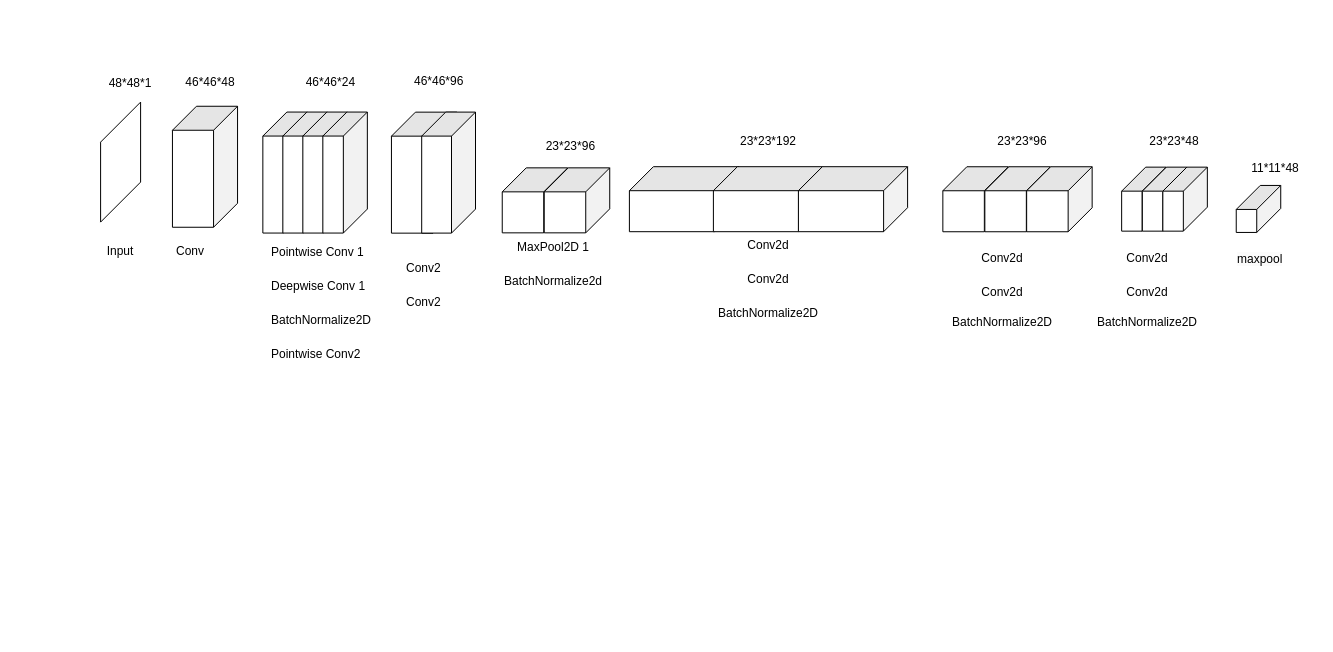
Earlier version of the draw.io diagram facts tha3o.drawio (BienGudBoy/draws). Source tidied: cells renumbered, new cells numbered last; positions are measured from the earlier drawing's top-left corner, leaving out a move shared by most shapes. Both pictures are drawn from the tidied source at 100%, with x=0, y=0 at pixel (90, 17).
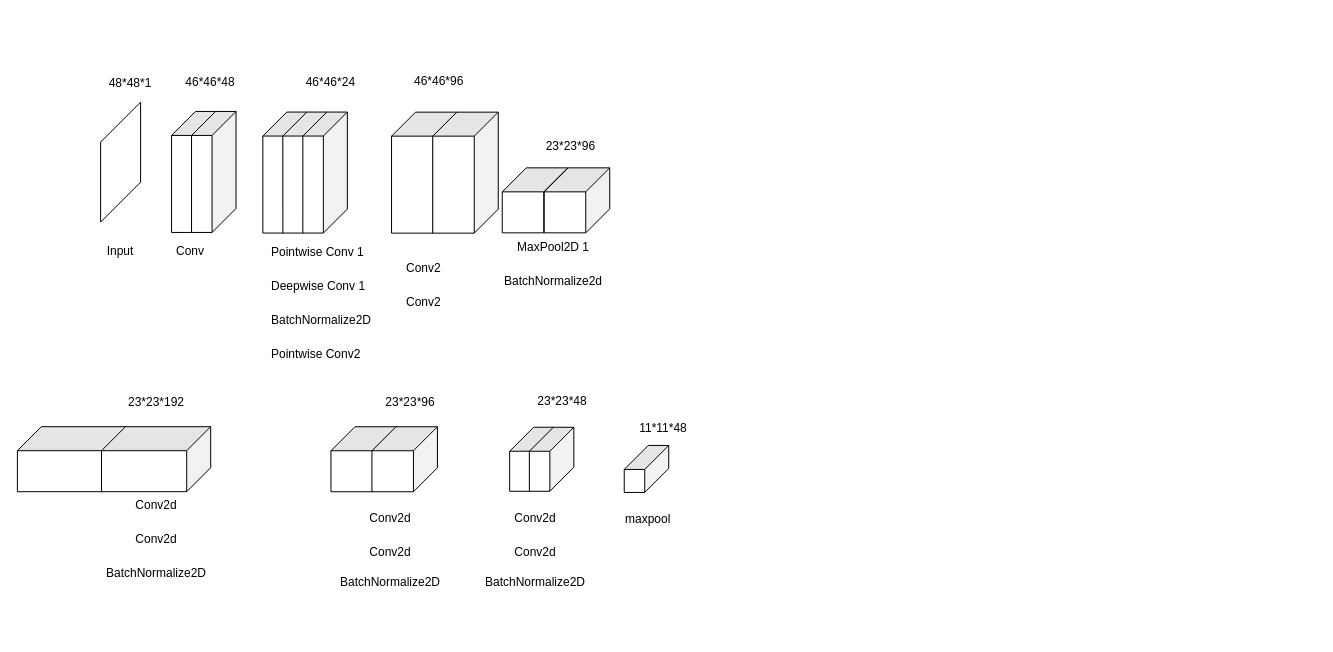
The same diagram, later.

The change refers to these unchanged cells:
```xml
<mxCell id="31" style="group;" parent="27" vertex="1">
  <mxGeometry x="40" width="64.5" height="121" as="geometry" />
</mxCell>
```

The edit, as a diff of the source:
```diff
@@
-    <mxCell id="13" value="&lt;p class=&quot;cvGsUA direction-ltr align-center para-style-body&quot; style=&quot;color: rgb(0, 0, 0); font-family: &amp;quot;YAFdJllHsUM 0&amp;quot;, _fb_, auto; --fontSize: 16px; --lineHeight: 1.4; text-transform: none; line-height: 22px;&quot;&gt;&lt;span style=&quot;background-color: initial;&quot;&gt;23*23*192&lt;/span&gt;&lt;br&gt;&lt;/p&gt;" style="text;whiteSpace=wrap;html=1;align=center;" parent="1" vertex="1">
-      <mxGeometry x="633" y="94" width="90" height="57" as="geometry" />
+    <mxCell id="13" value="&lt;p class=&quot;cvGsUA direction-ltr align-center para-style-body&quot; style=&quot;color: rgb(0, 0, 0); font-family: &amp;quot;YAFdJllHsUM 0&amp;quot;, _fb_, auto; --fontSize: 16px; --lineHeight: 1.4; text-transform: none; line-height: 22px;&quot;&gt;&lt;br&gt;&lt;/p&gt;&lt;p class=&quot;cvGsUA direction-ltr align-center para-style-body&quot; style=&quot;color: rgb(0, 0, 0); font-family: &amp;quot;YAFdJllHsUM 0&amp;quot;, _fb_, auto; --fontSize: 16px; --lineHeight: 1.4; text-transform: none; line-height: 22px;&quot;&gt;&lt;span class=&quot;OYPEnA text-decoration-none text-strikethrough-none&quot; style=&quot;color: rgb(0, 0, 0); font-weight: 400; font-style: normal;&quot;&gt;23*23*192&lt;/span&gt;&lt;/p&gt;" style="text;whiteSpace=wrap;html=1;align=center;" parent="1" vertex="1">
+      <mxGeometry x="21" y="321" width="90" height="100" as="geometry" />
     </mxCell>
-    <mxCell id="14" value="&lt;p class=&quot;cvGsUA direction-ltr align-center para-style-body&quot; style=&quot;color: rgb(0, 0, 0); font-family: &amp;quot;YAFdJllHsUM 0&amp;quot;, _fb_, auto; --fontSize: 16px; --lineHeight: 1.4; text-transform: none; line-height: 22px;&quot;&gt;&lt;span style=&quot;background-color: initial;&quot;&gt;23*23*96&lt;/span&gt;&lt;br&gt;&lt;/p&gt;" style="text;whiteSpace=wrap;html=1;align=center;" parent="1" vertex="1">
-      <mxGeometry x="892.2" y="94" width="80" height="60" as="geometry" />
+    <mxCell id="14" value="&lt;p class=&quot;cvGsUA direction-ltr align-center para-style-body&quot; style=&quot;color: rgb(0, 0, 0); font-family: &amp;quot;YAFdJllHsUM 0&amp;quot;, _fb_, auto; --fontSize: 16px; --lineHeight: 1.4; text-transform: none; line-height: 22px;&quot;&gt;&lt;br&gt;&lt;/p&gt;&lt;p class=&quot;cvGsUA direction-ltr align-center para-style-body&quot; style=&quot;color: rgb(0, 0, 0); font-family: &amp;quot;YAFdJllHsUM 0&amp;quot;, _fb_, auto; --fontSize: 16px; --lineHeight: 1.4; text-transform: none; line-height: 22px;&quot;&gt;&lt;span class=&quot;OYPEnA text-decoration-none text-strikethrough-none&quot; style=&quot;color: rgb(0, 0, 0); font-weight: 400; font-style: normal;&quot;&gt;23*23*96&lt;/span&gt;&lt;/p&gt;" style="text;whiteSpace=wrap;html=1;align=center;" parent="1" vertex="1">
+      <mxGeometry x="280" y="321" width="80" height="100" as="geometry" />
     </mxCell>
     <mxCell id="15" value="&lt;p class=&quot;cvGsUA direction-ltr align-center para-style-body&quot; style=&quot;color: rgb(0, 0, 0); font-family: &amp;quot;YAFdJllHsUM 0&amp;quot;, _fb_, auto; --fontSize: 16px; --lineHeight: 1.4; text-transform: none; line-height: 22px;&quot;&gt;&lt;span style=&quot;background-color: initial;&quot;&gt;23*23*48&lt;/span&gt;&lt;br&gt;&lt;/p&gt;" style="text;whiteSpace=wrap;html=1;align=center;" parent="1" vertex="1">
-      <mxGeometry x="1044" y="94" width="80" height="40" as="geometry" />
+      <mxGeometry x="432" y="354" width="80" height="40" as="geometry" />
     </mxCell>
     <mxCell id="16" value="&lt;p class=&quot;cvGsUA direction-ltr align-center para-style-body&quot; style=&quot;color: rgb(0, 0, 0); font-family: &amp;quot;YAFdJllHsUM 0&amp;quot;, _fb_, auto; --fontSize: 16px; --lineHeight: 1.4; text-transform: none; line-height: 22px;&quot;&gt;&lt;span style=&quot;background-color: initial;&quot;&gt;11*11*48&lt;/span&gt;&lt;br&gt;&lt;/p&gt;" style="text;whiteSpace=wrap;html=1;align=center;" parent="1" vertex="1">
-      <mxGeometry x="1144.5" y="121" width="80" height="40" as="geometry" />
+      <mxGeometry x="532.5" y="381" width="80" height="40" as="geometry" />
     </mxCell>
-    <mxCell id="17" value="&lt;p class=&quot;cvGsUA direction-ltr align-center para-style-body&quot; style=&quot;color: rgb(0, 0, 0); font-family: &amp;quot;YAFdJllHsUM 0&amp;quot;, _fb_, auto; --fontSize: 16px; --lineHeight: 1.4; text-transform: none; line-height: 22px;&quot;&gt;&lt;span class=&quot;OYPEnA text-decoration-none text-strikethrough-none&quot; style=&quot;color: rgb(0, 0, 0); font-weight: 400; font-style: normal;&quot;&gt;Pointwise Conv 1&lt;/span&gt;&lt;span class=&quot;OYPEnA text-decoration-none text-strikethrough-none white-space-prewrap&quot; style=&quot;color: rgb(0, 0, 0); font-weight: 400; font-style: normal;&quot;&gt; &lt;/span&gt;&lt;/p&gt;&lt;p class=&quot;cvGsUA direction-ltr align-center para-style-body&quot; style=&quot;color: rgb(0, 0, 0); font-family: &amp;quot;YAFdJllHsUM 0&amp;quot;, _fb_, auto; --fontSize: 16px; --lineHeight: 1.4; text-transform: none; line-height: 22px;&quot;&gt;&lt;span style=&quot;background-color: initial;&quot;&gt;Deepwise Conv 1&lt;/span&gt;&lt;/p&gt;&lt;p style=&quot;font-family: &amp;quot;YAFdJllHsUM 0&amp;quot;, _fb_, auto; --fontSize: 16px; --lineHeight: 1.4; line-height: 22px;&quot; class=&quot;cvGsUA direction-ltr align-center para-style-body&quot;&gt;&lt;span class=&quot;OYPEnA text-decoration-none text-strikethrough-none white-space-prewrap&quot;&gt;&lt;/span&gt;&lt;/p&gt;&lt;p style=&quot;font-family: &amp;quot;YAFdJllHsUM 0&amp;quot;, _fb_, auto; --fontSize: 16px; --lineHeight: 1.4; line-height: 22px;&quot; class=&quot;cvGsUA direction-ltr align-center para-style-body&quot;&gt;&lt;span class=&quot;OYPEnA text-decoration-none text-strikethrough-none&quot;&gt;BatchNormalize2D&lt;/span&gt;&lt;/p&gt;&lt;p style=&quot;font-family: &amp;quot;YAFdJllHsUM 0&amp;quot;, _fb_, auto; --fontSize: 16px; --lineHeight: 1.4; line-height: 22px;&quot; class=&quot;cvGsUA direction-ltr align-center para-style-body&quot;&gt;&lt;span style=&quot;text-align: center; background-color: initial;&quot;&gt;Pointwise Conv2&lt;/span&gt;&lt;/p&gt;" style="text;whiteSpace=wrap;html=1;" parent="1" vertex="1">
+    <mxCell id="17" value="&lt;p class=&quot;cvGsUA direction-ltr align-center para-style-body&quot; style=&quot;color: rgb(0, 0, 0); font-family: &amp;quot;YAFdJllHsUM 0&amp;quot;, _fb_, auto; --fontSize: 16px; --lineHeight: 1.4; text-transform: none; line-height: 22px; --darkreader-inline-color: #e8e6e3;&quot;&gt;&lt;span class=&quot;OYPEnA text-decoration-none text-strikethrough-none&quot; style=&quot;color: rgb(0, 0, 0); font-weight: 400; font-style: normal; --darkreader-inline-color: #e8e6e3;&quot;&gt;Pointwise Conv 1&lt;/span&gt;&lt;span class=&quot;OYPEnA text-decoration-none text-strikethrough-none white-space-prewrap&quot; style=&quot;color: rgb(0, 0, 0); font-weight: 400; font-style: normal; --darkreader-inline-color: #e8e6e3;&quot;&gt; &lt;/span&gt;&lt;/p&gt;&lt;p class=&quot;cvGsUA direction-ltr align-center para-style-body&quot; style=&quot;color: rgb(0, 0, 0); font-family: &amp;quot;YAFdJllHsUM 0&amp;quot;, _fb_, auto; --fontSize: 16px; --lineHeight: 1.4; text-transform: none; line-height: 22px; --darkreader-inline-color: #e8e6e3;&quot;&gt;&lt;span style=&quot;background-color: initial; --darkreader-inline-bgcolor: initial;&quot;&gt;Deepwise Conv 1&lt;/span&gt;&lt;/p&gt;&lt;p style=&quot;font-family: &amp;quot;YAFdJllHsUM 0&amp;quot;, _fb_, auto; --fontSize: 16px; --lineHeight: 1.4; line-height: 22px;&quot; class=&quot;cvGsUA direction-ltr align-center para-style-body&quot;&gt;&lt;span class=&quot;OYPEnA text-decoration-none text-strikethrough-none white-space-prewrap&quot;&gt;&lt;/span&gt;&lt;/p&gt;&lt;p style=&quot;font-family: &amp;quot;YAFdJllHsUM 0&amp;quot;, _fb_, auto; --fontSize: 16px; --lineHeight: 1.4; line-height: 22px;&quot; class=&quot;cvGsUA direction-ltr align-center para-style-body&quot;&gt;&lt;span class=&quot;OYPEnA text-decoration-none text-strikethrough-none&quot;&gt;BatchNormalize2D&lt;/span&gt;&lt;/p&gt;&lt;p style=&quot;font-family: &amp;quot;YAFdJllHsUM 0&amp;quot;, _fb_, auto; --fontSize: 16px; --lineHeight: 1.4; line-height: 22px;&quot; class=&quot;cvGsUA direction-ltr align-center para-style-body&quot;&gt;&lt;span style=&quot;text-align: center; background-color: initial; --darkreader-inline-bgcolor: initial;&quot;&gt;Pointwise Conv2&lt;/span&gt;&lt;/p&gt;" style="text;whiteSpace=wrap;html=1;" parent="1" vertex="1">
       <mxGeometry x="179.1" y="204.6" width="91" height="149.4" as="geometry" />
     </mxCell>
@@
     <mxCell id="22" value="&lt;p class=&quot;cvGsUA direction-ltr align-center para-style-body&quot; style=&quot;color: rgb(0, 0, 0); font-family: &amp;quot;YAFdJllHsUM 0&amp;quot;, _fb_, auto; --fontSize: 16px; --lineHeight: 1.4; text-transform: none; line-height: 22px;&quot;&gt;&lt;span class=&quot;OYPEnA text-decoration-none text-strikethrough-none&quot; style=&quot;color: rgb(0, 0, 0); font-weight: 400; font-style: normal;&quot;&gt;Conv2d&lt;/span&gt;&lt;/p&gt;&lt;p style=&quot;font-family: &amp;quot;YAFdJllHsUM 0&amp;quot;, _fb_, auto; --fontSize: 16px; --lineHeight: 1.4; line-height: 22px;&quot; class=&quot;cvGsUA direction-ltr align-center para-style-body&quot;&gt;&lt;span class=&quot;OYPEnA text-decoration-none text-strikethrough-none&quot;&gt;Conv2d&lt;/span&gt;&lt;/p&gt;&lt;div&gt;&lt;span class=&quot;OYPEnA text-decoration-none text-strikethrough-none&quot;&gt;&lt;p style=&quot;font-family: &amp;quot;YAFdJllHsUM 0&amp;quot;, _fb_, auto; --fontSize: 16px; --lineHeight: 1.4; line-height: 22px;&quot; class=&quot;cvGsUA direction-ltr align-center para-style-body&quot;&gt;&lt;span class=&quot;OYPEnA text-decoration-none text-strikethrough-none&quot;&gt;BatchNormalize2D&lt;/span&gt;&lt;span class=&quot;OYPEnA text-decoration-none text-strikethrough-none white-space-prewrap&quot;&gt;&lt;/span&gt;&lt;/p&gt;&lt;div&gt;&lt;span class=&quot;OYPEnA text-decoration-none text-strikethrough-none&quot;&gt;&lt;br&gt;&lt;/span&gt;&lt;/div&gt;&lt;/span&gt;&lt;/div&gt;" style="text;whiteSpace=wrap;html=1;align=center;" parent="1" vertex="1">
-      <mxGeometry x="633" y="197.5" width="90" height="100" as="geometry" />
+      <mxGeometry x="21" y="457.5" width="90" height="100" as="geometry" />
     </mxCell>
     <mxCell id="23" value="&lt;p class=&quot;cvGsUA direction-ltr align-center para-style-body&quot; style=&quot;color: rgb(0, 0, 0); font-family: &amp;quot;YAFdJllHsUM 0&amp;quot;, _fb_, auto; --fontSize: 16px; --lineHeight: 1.4; text-transform: none; line-height: 22px;&quot;&gt;&lt;span style=&quot;background-color: initial;&quot;&gt;Conv2d&lt;/span&gt;&lt;br&gt;&lt;/p&gt;&lt;p style=&quot;font-family: &amp;quot;YAFdJllHsUM 0&amp;quot;, _fb_, auto; --fontSize: 16px; --lineHeight: 1.4; line-height: 22px;&quot; class=&quot;cvGsUA direction-ltr align-center para-style-body&quot;&gt;&lt;span class=&quot;OYPEnA text-decoration-none text-strikethrough-none&quot;&gt;Conv2d&lt;/span&gt;&lt;/p&gt;&lt;div style=&quot;text-align: left;&quot;&gt;&lt;span class=&quot;OYPEnA text-decoration-none text-strikethrough-none&quot;&gt;&lt;span style=&quot;font-family: &amp;quot;YAFdJllHsUM 0&amp;quot;, _fb_, auto; text-align: center;&quot;&gt;BatchNormalize2D&lt;/span&gt;&lt;/span&gt;&lt;/div&gt;" style="text;whiteSpace=wrap;html=1;align=center;" parent="1" vertex="1">
-      <mxGeometry x="857" y="211.1" width="110" height="139.5" as="geometry" />
+      <mxGeometry x="245.1" y="471.1" width="110" height="139.5" as="geometry" />
     </mxCell>
     <mxCell id="24" value="&lt;p class=&quot;cvGsUA direction-ltr align-center para-style-body&quot; style=&quot;color: rgb(0, 0, 0); font-family: &amp;quot;YAFdJllHsUM 0&amp;quot;, _fb_, auto; --fontSize: 16px; --lineHeight: 1.4; text-transform: none; line-height: 22px;&quot;&gt;&lt;span class=&quot;OYPEnA text-decoration-none text-strikethrough-none&quot; style=&quot;color: rgb(0, 0, 0); font-weight: 400; font-style: normal;&quot;&gt;Conv2d&lt;/span&gt;&lt;/p&gt;&lt;p style=&quot;font-family: &amp;quot;YAFdJllHsUM 0&amp;quot;, _fb_, auto; --fontSize: 16px; --lineHeight: 1.4; line-height: 22px;&quot; class=&quot;cvGsUA direction-ltr align-center para-style-body&quot;&gt;&lt;span class=&quot;OYPEnA text-decoration-none text-strikethrough-none&quot;&gt;Conv2d&lt;/span&gt;&lt;/p&gt;&lt;div&gt;&lt;span class=&quot;OYPEnA text-decoration-none text-strikethrough-none&quot;&gt;&lt;span style=&quot;font-family: &amp;quot;YAFdJllHsUM 0&amp;quot;, _fb_, auto;&quot;&gt;BatchNormalize2D&lt;/span&gt;&lt;br&gt;&lt;/span&gt;&lt;/div&gt;" style="text;whiteSpace=wrap;html=1;align=center;" parent="1" vertex="1">
-      <mxGeometry x="1016.5" y="211.1" width="80" height="146.5" as="geometry" />
+      <mxGeometry x="404.5" y="471.1" width="80" height="146.5" as="geometry" />
     </mxCell>
     <mxCell id="25" value="&lt;span style=&quot;color: rgb(0, 0, 0); font-family: &amp;quot;YAFdJllHsUM 0&amp;quot;, _fb_, auto; font-size: 12px; font-style: normal; font-variant-ligatures: normal; font-variant-caps: normal; font-weight: 400; letter-spacing: normal; orphans: 2; text-align: center; text-indent: 0px; text-transform: none; widows: 2; word-spacing: 0px; -webkit-text-stroke-width: 0px; white-space: normal; background-color: rgb(251, 251, 251); text-decoration-thickness: initial; text-decoration-style: initial; text-decoration-color: initial; display: inline !important; float: none;&quot;&gt;maxpool&lt;/span&gt;" style="text;whiteSpace=wrap;html=1;" parent="1" vertex="1">
-      <mxGeometry x="1144.5" y="227.5" width="80" height="40" as="geometry" />
+      <mxGeometry x="532.5" y="487.5" width="80" height="40" as="geometry" />
     </mxCell>
-    <mxCell id="26" style="shape=cube;whiteSpace=wrap;html=1;boundedLbl=1;backgroundOutline=1;darkOpacity=0.05;darkOpacity2=0.1;size=24;rotation=90;" parent="1" vertex="1">
-      <mxGeometry x="54" y="116.7" width="121" height="65.1" as="geometry" />
-    </mxCell>
@@
-    <mxCell id="33" style="shape=cube;whiteSpace=wrap;html=1;boundedLbl=1;backgroundOutline=1;darkOpacity=0.05;darkOpacity2=0.1;size=24;rotation=90;" parent="31" vertex="1">
-      <mxGeometry x="-18.2" y="38.2" width="121" height="44.5" as="geometry" />
-    </mxCell>
     <mxCell id="34" style="shape=cube;whiteSpace=wrap;html=1;boundedLbl=1;backgroundOutline=1;darkOpacity=0.05;darkOpacity2=0.1;size=24;rotation=90;" parent="1" vertex="1">
-      <mxGeometry x="561" y="127.1" width="65" height="109.2" as="geometry" />
+      <mxGeometry x="-51" y="387.1" width="65" height="109.2" as="geometry" />
     </mxCell>
     <mxCell id="35" style="shape=cube;whiteSpace=wrap;html=1;boundedLbl=1;backgroundOutline=1;darkOpacity=0.05;darkOpacity2=0.1;size=24;rotation=90;" parent="1" vertex="1">
-      <mxGeometry x="645" y="127.1" width="65" height="109.2" as="geometry" />
+      <mxGeometry x="33.1" y="387.1" width="65" height="109.2" as="geometry" />
     </mxCell>
-    <mxCell id="36" style="shape=cube;whiteSpace=wrap;html=1;boundedLbl=1;backgroundOutline=1;darkOpacity=0.05;darkOpacity2=0.1;size=24;rotation=90;" parent="1" vertex="1">
-      <mxGeometry x="730" y="127.1" width="65" height="109.2" as="geometry" />
-    </mxCell>
-    <mxCell id="37" style="group;" parent="1" vertex="1">
-      <mxGeometry x="852.4" y="149.2" width="149.2" height="65" as="geometry" />
-    </mxCell>
+    <mxCell id="52" style="group;" parent="1" vertex="1">
+      <mxGeometry x="301" y="94.6" width="95.7" height="121" as="geometry" />
+    </mxCell>
+    <mxCell id="53" style="group;" parent="52" vertex="1">
+      <mxGeometry width="106.7" height="121" as="geometry" />
+    </mxCell>
+    <mxCell id="50" style="shape=cube;whiteSpace=wrap;html=1;boundedLbl=1;backgroundOutline=1;darkOpacity=0.05;darkOpacity2=0.1;size=24;rotation=90;" parent="53" vertex="1">
+      <mxGeometry x="-27.7" y="27.8" width="121" height="65.5" as="geometry" />
+    </mxCell>
+    <mxCell id="51" style="shape=cube;whiteSpace=wrap;html=1;boundedLbl=1;backgroundOutline=1;darkOpacity=0.05;darkOpacity2=0.1;size=24;rotation=90;" parent="53" vertex="1">
+      <mxGeometry x="13.5" y="27.8" width="121" height="65.5" as="geometry" />
+    </mxCell>
+    <mxCell id="47" style="shape=cube;whiteSpace=wrap;html=1;boundedLbl=1;backgroundOutline=1;darkOpacity=0.05;darkOpacity2=0.1;size=24;rotation=90;" parent="1" vertex="1">
+      <mxGeometry x="412" y="150.1" width="65" height="65.5" as="geometry" />
+    </mxCell>
+    <mxCell id="48" style="shape=cube;whiteSpace=wrap;html=1;boundedLbl=1;backgroundOutline=1;darkOpacity=0.05;darkOpacity2=0.1;size=24;rotation=90;" parent="1" vertex="1">
+      <mxGeometry x="454" y="150.1" width="65" height="65.5" as="geometry" />
+    </mxCell>
+    <mxCell id="45" style="shape=cube;whiteSpace=wrap;html=1;boundedLbl=1;backgroundOutline=1;darkOpacity=0.05;darkOpacity2=0.1;size=24;rotation=90;" parent="1" vertex="1">
+      <mxGeometry x="532.5" y="429.2" width="47" height="44.5" as="geometry" />
+    </mxCell>
+    <mxCell id="54" style="group;" parent="1" vertex="1">
+      <mxGeometry x="81" y="94" width="64.5" height="120.9" as="geometry" />
+    </mxCell>
+    <mxCell id="55" style="shape=cube;whiteSpace=wrap;html=1;boundedLbl=1;backgroundOutline=1;darkOpacity=0.05;darkOpacity2=0.1;size=24;rotation=90;" parent="54" vertex="1">
+      <mxGeometry x="-38.2" y="38.2" width="121" height="44.5" as="geometry" />
+    </mxCell>
+    <mxCell id="33" style="shape=cube;whiteSpace=wrap;html=1;boundedLbl=1;backgroundOutline=1;darkOpacity=0.05;darkOpacity2=0.1;size=24;rotation=90;" parent="54" vertex="1">
+      <mxGeometry x="-18.2" y="38.2" width="121" height="44.5" as="geometry" />
+    </mxCell>
-    <mxCell id="38" style="shape=cube;whiteSpace=wrap;html=1;boundedLbl=1;backgroundOutline=1;darkOpacity=0.05;darkOpacity2=0.1;size=24;rotation=90;" parent="37" vertex="1">
-      <mxGeometry x="0.2" y="-0.2" width="65" height="65.5" as="geometry" />
+    <mxCell id="38" style="shape=cube;whiteSpace=wrap;html=1;boundedLbl=1;backgroundOutline=1;darkOpacity=0.05;darkOpacity2=0.1;size=24;rotation=90;" parent="1" vertex="1">
+      <mxGeometry x="240.7" y="409" width="65" height="65.5" as="geometry" />
     </mxCell>
-    <mxCell id="39" style="shape=cube;whiteSpace=wrap;html=1;boundedLbl=1;backgroundOutline=1;darkOpacity=0.05;darkOpacity2=0.1;size=24;rotation=90;" parent="37" vertex="1">
-      <mxGeometry x="42.2" y="-0.2" width="65" height="65.5" as="geometry" />
+    <mxCell id="39" style="shape=cube;whiteSpace=wrap;html=1;boundedLbl=1;backgroundOutline=1;darkOpacity=0.05;darkOpacity2=0.1;size=24;rotation=90;" parent="1" vertex="1">
+      <mxGeometry x="281.7" y="409" width="65" height="65.5" as="geometry" />
     </mxCell>
-    <mxCell id="40" style="shape=cube;whiteSpace=wrap;html=1;boundedLbl=1;backgroundOutline=1;darkOpacity=0.05;darkOpacity2=0.1;size=24;rotation=90;" parent="37" vertex="1">
-      <mxGeometry x="84" y="-0.2" width="65" height="65.5" as="geometry" />
-    </mxCell>
-    <mxCell id="41" style="group;" parent="1" vertex="1">
-      <mxGeometry x="1031.1" y="149.7" width="85.8" height="64" as="geometry" />
-    </mxCell>
-    <mxCell id="42" style="shape=cube;whiteSpace=wrap;html=1;boundedLbl=1;backgroundOutline=1;darkOpacity=0.05;darkOpacity2=0.1;size=24;rotation=90;" parent="41" vertex="1">
-      <mxGeometry x="-9.7" y="9.7" width="64" height="44.5" as="geometry" />
+    <mxCell id="42" style="shape=cube;whiteSpace=wrap;html=1;boundedLbl=1;backgroundOutline=1;darkOpacity=0.05;darkOpacity2=0.1;size=24;rotation=90;" parent="1" vertex="1">
+      <mxGeometry x="409.4" y="419.5" width="64" height="44.5" as="geometry" />
     </mxCell>
-    <mxCell id="43" style="shape=cube;whiteSpace=wrap;html=1;boundedLbl=1;backgroundOutline=1;darkOpacity=0.05;darkOpacity2=0.1;size=24;rotation=90;" parent="41" vertex="1">
-      <mxGeometry x="11" y="9.7" width="64" height="44.5" as="geometry" />
+    <mxCell id="43" style="shape=cube;whiteSpace=wrap;html=1;boundedLbl=1;backgroundOutline=1;darkOpacity=0.05;darkOpacity2=0.1;size=24;rotation=90;" parent="1" vertex="1">
+      <mxGeometry x="429.1" y="419.5" width="64" height="44.5" as="geometry" />
     </mxCell>
-    <mxCell id="44" style="shape=cube;whiteSpace=wrap;html=1;boundedLbl=1;backgroundOutline=1;darkOpacity=0.05;darkOpacity2=0.1;size=24;rotation=90;" parent="41" vertex="1">
-      <mxGeometry x="31.5" y="9.7" width="64" height="44.5" as="geometry" />
-    </mxCell>
-    <mxCell id="45" style="shape=cube;whiteSpace=wrap;html=1;boundedLbl=1;backgroundOutline=1;darkOpacity=0.05;darkOpacity2=0.1;size=24;rotation=90;" parent="1" vertex="1">
-      <mxGeometry x="1144.5" y="169.2" width="47" height="44.5" as="geometry" />
-    </mxCell>
-    <mxCell id="46" style="group;" parent="1" vertex="1">
-      <mxGeometry x="411.8" y="150.3" width="107.4" height="65" as="geometry" />
-    </mxCell>
-    <mxCell id="47" style="shape=cube;whiteSpace=wrap;html=1;boundedLbl=1;backgroundOutline=1;darkOpacity=0.05;darkOpacity2=0.1;size=24;rotation=90;" parent="46" vertex="1">
-      <mxGeometry x="0.2" y="-0.2" width="65" height="65.5" as="geometry" />
-    </mxCell>
-    <mxCell id="48" style="shape=cube;whiteSpace=wrap;html=1;boundedLbl=1;backgroundOutline=1;darkOpacity=0.05;darkOpacity2=0.1;size=24;rotation=90;" parent="46" vertex="1">
-      <mxGeometry x="42.2" y="-0.2" width="65" height="65.5" as="geometry" />
-    </mxCell>
-    <mxCell id="49" style="group;" parent="1" vertex="1">
-      <mxGeometry x="301" y="94.6" width="84" height="121" as="geometry" />
-    </mxCell>
-    <mxCell id="50" style="shape=cube;whiteSpace=wrap;html=1;boundedLbl=1;backgroundOutline=1;darkOpacity=0.05;darkOpacity2=0.1;size=24;rotation=90;" parent="49" vertex="1">
-      <mxGeometry x="-27.8" y="27.8" width="121" height="65.5" as="geometry" />
-    </mxCell>
-    <mxCell id="51" style="shape=cube;whiteSpace=wrap;html=1;boundedLbl=1;backgroundOutline=1;darkOpacity=0.05;darkOpacity2=0.1;size=24;rotation=90;" parent="49" vertex="1">
-      <mxGeometry x="-3.4" y="33.6" width="121" height="53.8" as="geometry" />
-    </mxCell>
```
